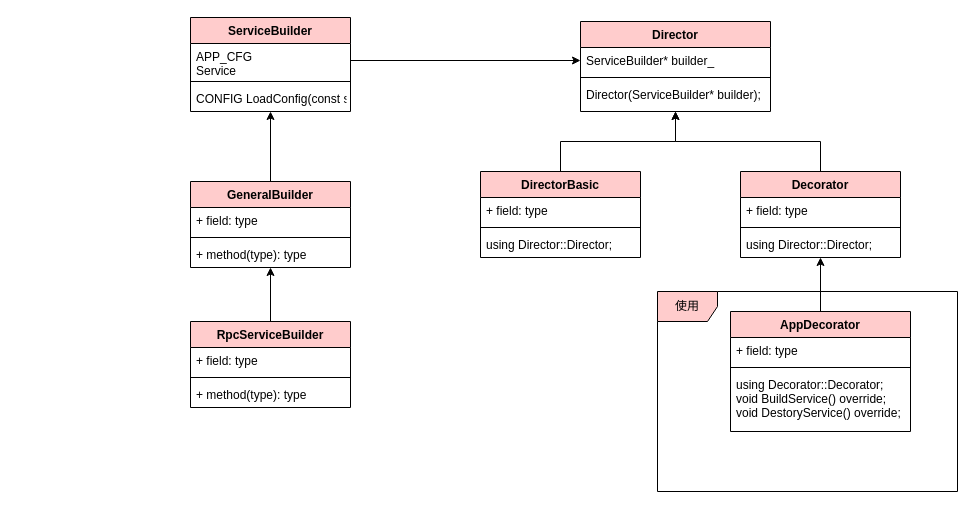
This is server_module_mgr.drawio from yunxuo/drawio, a draw.io file, before an edit. Source tidied: cells renumbered, new cells numbered last; positions are measured from the earlier drawing's top-left corner, leaving out a move shared by most shapes. Both pictures are drawn from the tidied source at 100%, with x=0, y=0 at pixel (190, 17).
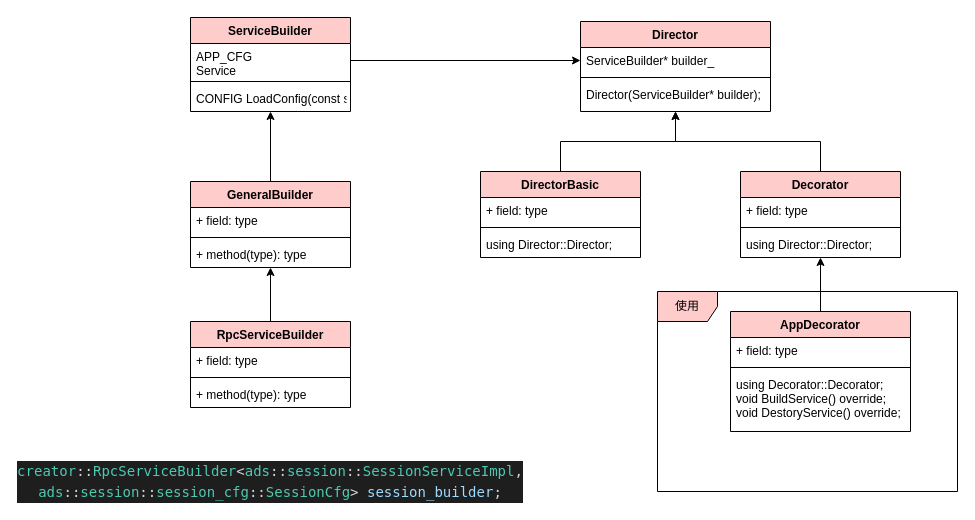
The same page after the edit.

Change to the diagram source:
```diff
@@
+    <mxCell id="37" value="&lt;div style=&quot;color: rgb(212 , 212 , 212) ; background-color: rgb(30 , 30 , 30) ; font-family: &amp;#34;menlo&amp;#34; , &amp;#34;monaco&amp;#34; , &amp;#34;courier new&amp;#34; , monospace ; font-size: 14px ; line-height: 21px&quot;&gt;&lt;div&gt;  &lt;span style=&quot;color: #4ec9b0&quot;&gt;creator&lt;/span&gt;::&lt;span style=&quot;color: #4ec9b0&quot;&gt;RpcServiceBuilder&lt;/span&gt;&amp;lt;&lt;span style=&quot;color: #4ec9b0&quot;&gt;ads&lt;/span&gt;::&lt;span style=&quot;color: #4ec9b0&quot;&gt;session&lt;/span&gt;::&lt;span style=&quot;color: #4ec9b0&quot;&gt;SessionServiceImpl&lt;/span&gt;, &lt;span style=&quot;color: #4ec9b0&quot;&gt;ads&lt;/span&gt;::&lt;span style=&quot;color: #4ec9b0&quot;&gt;session&lt;/span&gt;::&lt;span style=&quot;color: #4ec9b0&quot;&gt;session_cfg&lt;/span&gt;::&lt;span style=&quot;color: #4ec9b0&quot;&gt;SessionCfg&lt;/span&gt;&amp;gt; &lt;span style=&quot;color: #9cdcfe&quot;&gt;session_builder&lt;/span&gt;;&lt;/div&gt;&lt;div&gt;&lt;/div&gt;&lt;/div&gt;" style="text;html=1;strokeColor=none;fillColor=none;align=center;verticalAlign=middle;whiteSpace=wrap;rounded=0;" parent="1" vertex="1">
+      <mxGeometry x="60" y="454" width="40" height="20" as="geometry" />
+    </mxCell>
```
